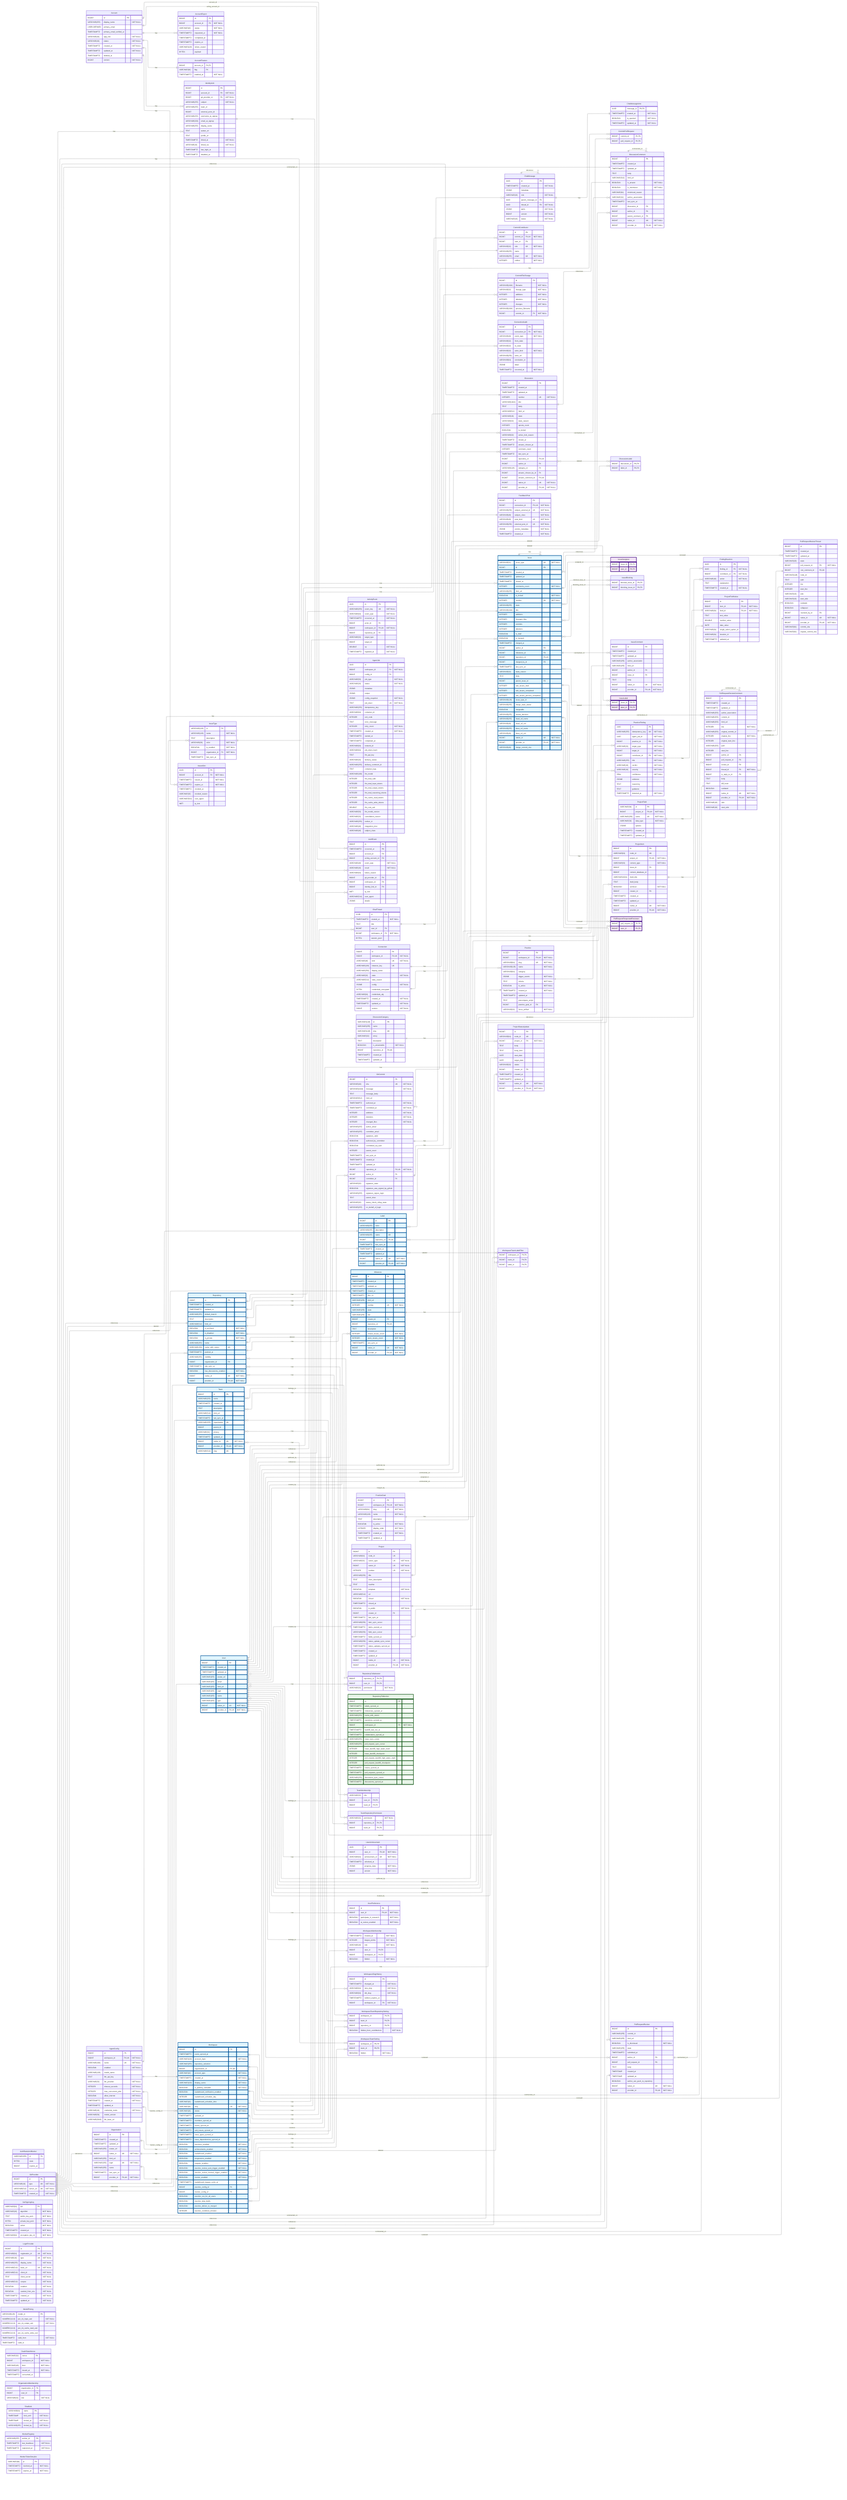
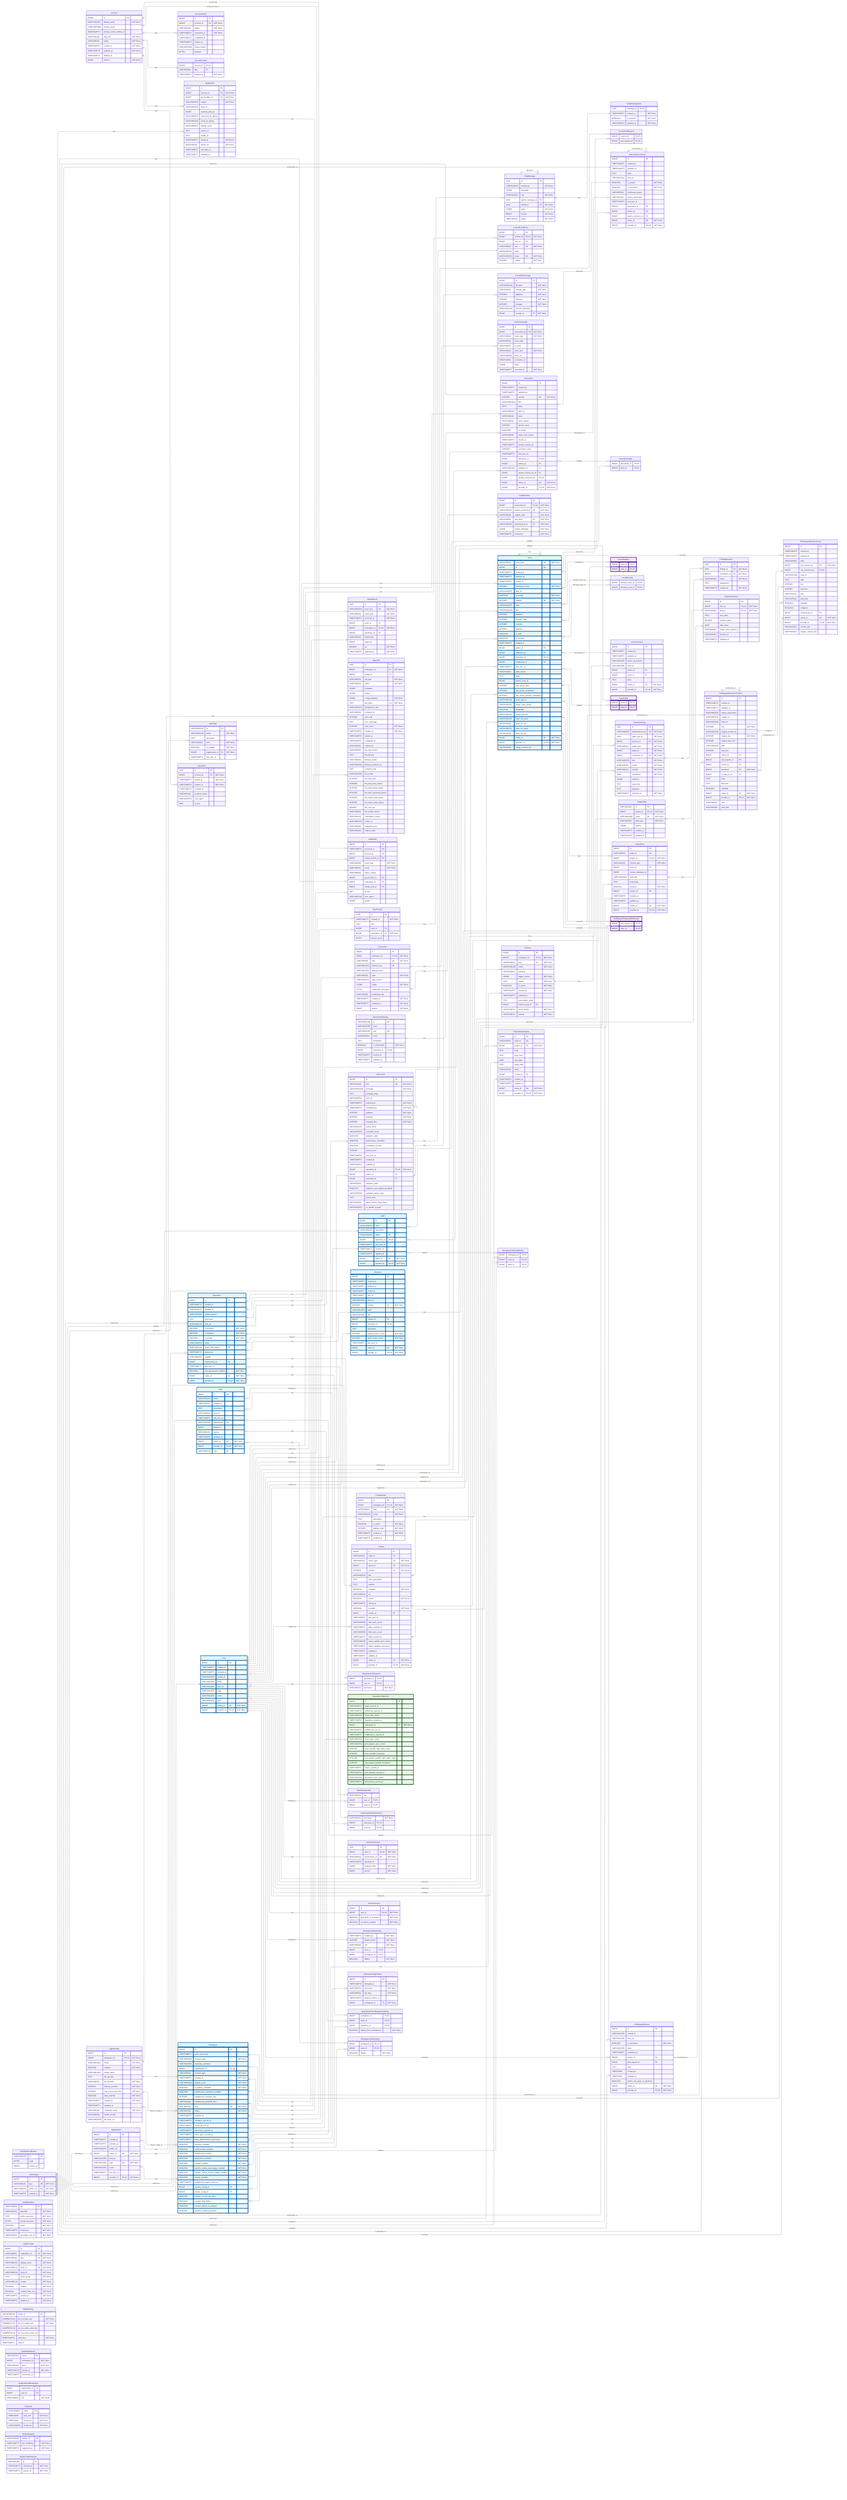
---
config:
    layout: elk
---
erDiagram
    %% Generated automatically from PostgreSQL database schema
    %% using scripts/generate-mermaid-erd.ts
    %% To regenerate: pnpm run db:generate-erd-docs

    direction LR

    Account {
        BIGINT id PK
        VARCHAR(255) display_name "NOT NULL"
        USER-DEFINED primary_email
        TIMESTAMPTZ primary_email_verified_at
        VARCHAR(16) app_role "NOT NULL"
        VARCHAR(16) status "NOT NULL"
        TIMESTAMPTZ created_at "NOT NULL"
        TIMESTAMPTZ updated_at "NOT NULL"
        TIMESTAMPTZ deleted_at
        BIGINT version "NOT NULL"
    }

    AccountExport {
        BIGINT id PK
        BIGINT account_id FK "NOT NULL"
        VARCHAR(16) status "NOT NULL"
        TIMESTAMPTZ requested_at "NOT NULL"
        TIMESTAMPTZ completed_at
        TIMESTAMPTZ expires_at
        VARCHAR(128) failure_reason
        BYTEA payload
    }

    AccountFeature {
        BIGINT account_id PK,FK
        VARCHAR(64) flag PK
        TIMESTAMPTZ enabled_at "NOT NULL"
    }

    ActivityEvent {
        UUID id PK
        VARCHAR(255) event_key UK "NOT NULL"
        VARCHAR(64) event_type "NOT NULL"
        TIMESTAMPTZ occurred_at "NOT NULL"
        BIGINT actor_id FK
        BIGINT workspace_id FK,UK "NOT NULL"
        BIGINT repository_id FK
        VARCHAR(32) target_type
        BIGINT target_id
        DOUBLE xp "NOT NULL"
        TIMESTAMPTZ ingested_at "NOT NULL"
    }

    AgentConfig {
        BIGINT id PK
        BIGINT workspace_id FK,UK "NOT NULL"
        VARCHAR(100) name UK "NOT NULL"
        BOOLEAN enabled "NOT NULL"
        VARCHAR(128) model_name
        TEXT llm_api_key
        VARCHAR(32) llm_provider "NOT NULL"
        INTEGER timeout_seconds "NOT NULL"
        INTEGER max_concurrent_jobs "NOT NULL"
        BOOLEAN allow_internet "NOT NULL"
        TIMESTAMPTZ created_at "NOT NULL"
        TIMESTAMPTZ updated_at
        VARCHAR(16) credential_mode "NOT NULL"
        VARCHAR(50) model_version
        VARCHAR(2048) llm_base_url
    }

    AgentJob {
        UUID id PK
        BIGINT workspace_id FK "NOT NULL"
        BIGINT config_id FK
        VARCHAR(50) job_type "NOT NULL"
        VARCHAR(20) status "NOT NULL"
        JSONB metadata
        JSONB output
        JSONB config_snapshot "NOT NULL"
        TEXT job_token UK "NOT NULL"
        VARCHAR(255) idempotency_key
        VARCHAR(64) container_id
        INTEGER exit_code
        TEXT error_message
        INTEGER retry_count "NOT NULL"
        TIMESTAMPTZ created_at "NOT NULL"
        TIMESTAMPTZ started_at
        TIMESTAMPTZ completed_at
        VARCHAR(64) network_id
        VARCHAR(64) job_token_hash
        TEXT llm_api_key
        VARCHAR(20) delivery_status
        VARCHAR(255) delivery_comment_id
        TEXT container_logs
        VARCHAR(100) llm_model
        INTEGER llm_total_calls
        INTEGER llm_total_input_tokens
        INTEGER llm_total_output_tokens
        INTEGER llm_total_reasoning_tokens
        INTEGER llm_cache_read_tokens
        INTEGER llm_cache_write_tokens
        DOUBLE llm_cost_usd
        VARCHAR(50) llm_model_version
        VARCHAR(32) cancellation_reason
        VARCHAR(255) worker_id
        VARCHAR(48) integration_kind
        VARCHAR(48) subject_class
    }

    AuthEvent {
        BIGINT id PK
        TIMESTAMPTZ occurred_at PK
        BIGINT account_id FK
        BIGINT acting_account_id FK
        VARCHAR(48) event_type "NOT NULL"
        VARCHAR(16) result "NOT NULL"
        VARCHAR(64) failure_reason
        BIGINT git_provider_id FK
        BIGINT workspace_id FK
        BIGINT identity_link_id FK
        INET ip_inet
        VARCHAR(512) user_agent
        JSONB details
    }

    AuthRateLimitBucket {
        VARCHAR(255) id PK
        BYTEA state
        BIGINT expires_at
    }

    ChatMessage {
        UUID id PK
        TIMESTAMPTZ created_at "NOT NULL"
        JSONB metadata
        VARCHAR(16) role "NOT NULL"
        UUID parent_message_id FK
        UUID thread_id FK "NOT NULL"
        JSONB parts "NOT NULL"
        BIGINT version "NOT NULL"
        VARCHAR(16) status "NOT NULL"
    }

    ChatMessageVote {
        UUID message_id PK,FK
        TIMESTAMPTZ created_at "NOT NULL"
        BOOLEAN is_upvoted "NOT NULL"
        TIMESTAMPTZ updated_at "NOT NULL"
    }

    ChatThread {
        UUID id PK
        TIMESTAMPTZ created_at "NOT NULL"
        TEXT title
        BIGINT user_id FK
        BIGINT workspace_id FK "NOT NULL"
        BYTEA session_jsonl
    }

    CommitContributor {
        BIGINT id PK
        BIGINT commit_id FK,UK "NOT NULL"
        BIGINT user_id FK
        VARCHAR(32) role UK "NOT NULL"
        VARCHAR(255) name
        VARCHAR(255) email UK "NOT NULL"
        INTEGER ordinal "NOT NULL"
    }

    CommitFileChange {
        BIGINT id PK
        VARCHAR(1024) filename "NOT NULL"
        VARCHAR(32) change_type "NOT NULL"
        INTEGER additions "NOT NULL"
        INTEGER deletions "NOT NULL"
        INTEGER changes "NOT NULL"
        VARCHAR(1024) previous_filename
        BIGINT commit_id FK "NOT NULL"
    }

    CommitPullRequest {
        BIGINT commit_id PK,FK
        BIGINT pull_request_id PK,FK
    }

    Connection {
        BIGINT id PK
        BIGINT workspace_id FK,UK "NOT NULL"
        VARCHAR(48) kind UK "NOT NULL"
        VARCHAR(128) instance_key UK
        VARCHAR(256) display_name
        VARCHAR(32) state "NOT NULL"
        VARCHAR(512) state_reason
        JSONB config "NOT NULL"
        BYTEA credentials_encrypted
        VARCHAR(64) credentials_alg
        TIMESTAMPTZ created_at "NOT NULL"
        TIMESTAMPTZ updated_at "NOT NULL"
        BIGINT version "NOT NULL"
    }

    ConnectionAudit {
        BIGINT id PK
        BIGINT connection_id FK "NOT NULL"
        VARCHAR(48) event_type "NOT NULL"
        VARCHAR(32) from_state
        VARCHAR(32) to_state
        VARCHAR(32) actor_kind "NOT NULL"
        VARCHAR(256) actor_ref
        VARCHAR(64) correlation_id
        JSONB detail
        TIMESTAMPTZ occurred_at "NOT NULL"
    }

    Discussion {
        BIGINT id PK
        TIMESTAMPTZ created_at
        TIMESTAMPTZ updated_at
        INTEGER number UK "NOT NULL"
        VARCHAR(1024) title
        TEXT body
        VARCHAR(512) html_url
        VARCHAR(16) state
        VARCHAR(32) state_reason
        INTEGER upvote_count
        BOOLEAN is_locked
        VARCHAR(32) active_lock_reason
        TIMESTAMPTZ closed_at
        TIMESTAMPTZ answer_chosen_at
        INTEGER comment_count
        TIMESTAMPTZ last_sync_at
        BIGINT repository_id FK,UK
        BIGINT author_id FK
        VARCHAR(128) category_id FK
        BIGINT answer_chosen_by_id FK
        BIGINT answer_comment_id FK,UK
        BIGINT native_id UK "NOT NULL"
        BIGINT provider_id FK,UK "NOT NULL"
    }

    DiscussionCategory {
        VARCHAR(128) id PK
        VARCHAR(255) name
        VARCHAR(128) slug UK
        VARCHAR(32) emoji
        TEXT description
        BOOLEAN is_answerable "NOT NULL"
        BIGINT repository_id FK,UK
        TIMESTAMPTZ created_at
        TIMESTAMPTZ updated_at
    }

    DiscussionComment {
        BIGINT id PK
        TIMESTAMPTZ created_at
        TIMESTAMPTZ updated_at
        TEXT body
        VARCHAR(512) html_url
        BOOLEAN is_answer "NOT NULL"
        BOOLEAN is_minimized "NOT NULL"
        VARCHAR(64) minimized_reason
        VARCHAR(32) author_association
        TIMESTAMPTZ last_sync_at
        BIGINT discussion_id FK
        BIGINT author_id FK
        BIGINT parent_comment_id FK
        BIGINT native_id UK "NOT NULL"
        BIGINT provider_id FK,UK "NOT NULL"
    }

    DiscussionLabel {
        BIGINT discussion_id PK,FK
        BIGINT label_id PK,FK
    }

    FeedbackPost {
        BIGINT id PK
        BIGINT connection_id FK,UK "NOT NULL"
        VARCHAR(256) subject_external_id UK "NOT NULL"
        VARCHAR(48) subject_class "NOT NULL"
        VARCHAR(48) post_kind UK "NOT NULL"
        VARCHAR(256) external_post_id UK "NOT NULL"
        JSONB vendor_metadata "NOT NULL"
        TIMESTAMPTZ created_at "NOT NULL"
    }

    FindingReaction {
        UUID id PK
        UUID finding_id FK "NOT NULL"
        BIGINT contributor_id FK "NOT NULL"
        VARCHAR(16) action "NOT NULL"
        TEXT explanation
        TIMESTAMPTZ created_at "NOT NULL"
    }

    GitCommit {
        BIGINT id PK
        VARCHAR(40) sha UK "NOT NULL"
        VARCHAR(1024) message "NOT NULL"
        TEXT message_body
        VARCHAR(512) html_url
        TIMESTAMPTZ authored_at "NOT NULL"
        TIMESTAMPTZ committed_at "NOT NULL"
        INTEGER additions "NOT NULL"
        INTEGER deletions "NOT NULL"
        INTEGER changed_files "NOT NULL"
        VARCHAR(255) author_email
        VARCHAR(255) committer_email
        BOOLEAN signature_valid
        BOOLEAN authored_by_committer
        BOOLEAN committed_via_web
        INTEGER parent_count
        TIMESTAMPTZ last_sync_at
        TIMESTAMPTZ created_at
        TIMESTAMPTZ updated_at
        BIGINT repository_id FK,UK "NOT NULL"
        BIGINT author_id FK
        BIGINT committer_id FK
        VARCHAR(32) signature_state
        BOOLEAN signature_was_signed_by_github
        VARCHAR(255) signature_signer_login
        TEXT parent_shas
        VARCHAR(32) status_check_rollup_state
        VARCHAR(255) on_behalf_of_login
    }

    GitProvider {
        BIGINT id PK
        VARCHAR(10) type UK "NOT NULL"
        VARCHAR(512) server_url UK "NOT NULL"
        TIMESTAMPTZ created_at "NOT NULL"
    }

    IdentityLink {
        BIGINT id PK
        BIGINT account_id FK "NOT NULL"
        BIGINT git_provider_id FK "NOT NULL"
        VARCHAR(255) subject "NOT NULL"
        VARCHAR(255) team_id
        BIGINT external_actor_id
        VARCHAR(255) username_at_signup
        VARCHAR(320) email_at_signup
        VARCHAR(255) display_name
        TEXT avatar_url
        TEXT profile_url
        TIMESTAMPTZ linked_at "NOT NULL"
        VARCHAR(16) linked_via "NOT NULL"
        TIMESTAMPTZ last_login_at
        TIMESTAMPTZ disabled_at
    }

    Issue {
        VARCHAR(31) issue_type UK "NOT NULL"
        BIGINT id PK
        TIMESTAMPTZ created_at
        TIMESTAMPTZ updated_at
        TIMESTAMPTZ closed_at
        INTEGER comments_count "NOT NULL"
        VARCHAR(255) html_url
        BOOLEAN is_locked "NOT NULL"
        INTEGER number UK "NOT NULL"
        VARCHAR(255) state
        VARCHAR(1024) title
        INTEGER additions
        INTEGER changed_files
        INTEGER commits
        INTEGER deletions
        BOOLEAN is_draft
        BOOLEAN is_merged
        TIMESTAMPTZ merged_at
        BIGINT author_id FK
        BIGINT milestone_id FK
        BIGINT repository_id FK,UK
        BIGINT merged_by_id FK
        TIMESTAMPTZ last_sync_at
        VARCHAR(32) state_reason
        TEXT body
        BIGINT parent_issue_id FK
        INTEGER sub_issues_total
        INTEGER sub_issues_completed
        INTEGER sub_issues_percent_completed
        VARCHAR(128) issue_type_id FK
        VARCHAR(255) merge_state_status
        BOOLEAN mergeable
        VARCHAR(255) review_decision
        VARCHAR(255) head_ref_name
        VARCHAR(40) head_ref_oid
        VARCHAR(255) base_ref_name
        VARCHAR(40) base_ref_oid
        BIGINT native_id UK "NOT NULL"
        BIGINT provider_id FK,UK "NOT NULL"
        VARCHAR(40) merge_commit_sha
    }

    IssueAssignee {
        BIGINT issue_id PK,FK
        BIGINT user_id PK,FK
    }

    IssueBlocking {
        BIGINT blocked_issue_id PK,FK
        BIGINT blocking_issue_id PK,FK
    }

    IssueComment {
        BIGINT id PK
        TIMESTAMPTZ created_at
        TIMESTAMPTZ updated_at
        VARCHAR(255) author_association
        VARCHAR(255) html_url
        BIGINT author_id FK
        BIGINT issue_id FK
        TEXT body
        BIGINT native_id UK "NOT NULL"
        BIGINT provider_id FK,UK "NOT NULL"
    }

    IssueLabel {
        BIGINT issue_id PK,FK
        BIGINT label_id PK,FK
    }

    IssueType {
        VARCHAR(128) id PK
        VARCHAR(128) name "NOT NULL"
        TEXT description
        VARCHAR(20) color "NOT NULL"
        BOOLEAN is_enabled "NOT NULL"
        BIGINT organization_id FK "NOT NULL"
        TIMESTAMPTZ last_sync_at
    }

    IssuedJwt {
        UUID jti PK
        BIGINT account_id FK "NOT NULL"
        TIMESTAMPTZ issued_at "NOT NULL"
        TIMESTAMPTZ expires_at "NOT NULL"
        TIMESTAMPTZ revoked_at
        VARCHAR(32) revoked_reason
        VARCHAR(512) user_agent
        INET ip_inet
    }

    JwtSigningKey {
        VARCHAR(64) kid PK
        VARCHAR(16) algorithm "NOT NULL"
        TEXT public_key_pem "NOT NULL"
        BYTEA private_key_pem "NOT NULL"
        BOOLEAN active "NOT NULL"
        TIMESTAMPTZ created_at "NOT NULL"
        VARCHAR(64) encryption_key_id "NOT NULL"
    }

    Label {
        BIGINT id PK
        VARCHAR(255) color
        VARCHAR(255) description
        VARCHAR(255) name UK
        BIGINT repository_id FK,UK
        TIMESTAMPTZ last_sync_at
        TIMESTAMPTZ created_at
        TIMESTAMPTZ updated_at
        BIGINT native_id UK "NOT NULL"
        BIGINT provider_id FK,UK "NOT NULL"
    }

    LoginProvider {
        BIGINT id PK
        VARCHAR(64) registration_id UK "NOT NULL"
        VARCHAR(10) type UK "NOT NULL"
        VARCHAR(255) display_name "NOT NULL"
        VARCHAR(512) base_url UK "NOT NULL"
        VARCHAR(512) client_id "NOT NULL"
        TEXT client_secret "NOT NULL"
        VARCHAR(512) scopes "NOT NULL"
        BOOLEAN enabled "NOT NULL"
        BOOLEAN seeded_from_env "NOT NULL"
        TIMESTAMPTZ created_at "NOT NULL"
        TIMESTAMPTZ updated_at "NOT NULL"
    }

    Milestone {
        BIGINT id PK
        TIMESTAMPTZ created_at
        TIMESTAMPTZ updated_at
        TIMESTAMPTZ closed_at
        TIMESTAMPTZ due_on
        VARCHAR(255) html_url
        INTEGER number UK "NOT NULL"
        VARCHAR(255) state
        VARCHAR(255) title
        BIGINT creator_id FK
        BIGINT repository_id FK,UK
        TEXT description
        INTEGER closed_issues_count "NOT NULL"
        INTEGER open_issues_count "NOT NULL"
        TIMESTAMPTZ last_sync_at
        BIGINT native_id UK "NOT NULL"
        BIGINT provider_id FK,UK "NOT NULL"
    }

    ModelPricing {
        VARCHAR(128) model_id PK
        NUMERIC(12,6) per_1k_input_usd "NOT NULL"
        NUMERIC(12,6) per_1k_output_usd "NOT NULL"
        NUMERIC(12,6) per_1k_cache_read_usd
        NUMERIC(12,6) per_1k_cache_write_usd
        TIMESTAMPTZ valid_from "NOT NULL"
        TIMESTAMPTZ valid_to
    }

    OauthStateNonce {
        VARCHAR(32) nonce PK
        BIGINT workspace_id "NOT NULL"
        VARCHAR(48) kind "NOT NULL"
        TIMESTAMPTZ issued_at "NOT NULL"
        TIMESTAMPTZ consumed_at
    }

    Organization {
        BIGINT id PK
        TIMESTAMPTZ created_at
        TIMESTAMPTZ updated_at
        VARCHAR(255) avatar_url
        BIGINT native_id UK "NOT NULL"
        VARCHAR(255) html_url
        VARCHAR(255) login UK "NOT NULL"
        VARCHAR(255) name
        TIMESTAMPTZ last_sync_at
        BIGINT provider_id FK,UK "NOT NULL"
    }

    OrganizationMembership {
        BIGINT organization_id PK
        BIGINT user_id PK
        VARCHAR(32) role "NOT NULL"
    }

    Practice {
        BIGINT id PK
        BIGINT workspace_id FK,UK "NOT NULL"
        VARCHAR(64) slug UK "NOT NULL"
        VARCHAR(128) name "NOT NULL"
        VARCHAR(64) category
        JSONB trigger_events "NOT NULL"
        TEXT criteria "NOT NULL"
        BOOLEAN is_active "NOT NULL"
        TIMESTAMPTZ created_at "NOT NULL"
        TIMESTAMPTZ updated_at
        TEXT precompute_script
        BIGINT practice_goal_id FK
        VARCHAR(32) focus_artifact "NOT NULL"
+         VARCHAR(16) polarity "NOT NULL"
    }

    PracticeFinding {
        UUID id PK
        VARCHAR(255) idempotency_key UK "NOT NULL"
        UUID agent_job_id "NOT NULL"
        BIGINT practice_id FK "NOT NULL"
        VARCHAR(32) target_type "NOT NULL"
        BIGINT target_id "NOT NULL"
        BIGINT contributor_id FK "NOT NULL"
        VARCHAR(255) title "NOT NULL"
        VARCHAR(16) verdict "NOT NULL"
        VARCHAR(16) severity "NOT NULL"
        REAL confidence "NOT NULL"
        JSONB evidence
        TEXT reasoning
        TEXT guidance
        TIMESTAMPTZ detected_at "NOT NULL"
    }

    PracticeGoal {
        BIGINT id PK
        BIGINT workspace_id FK,UK "NOT NULL"
        VARCHAR(64) slug UK "NOT NULL"
        VARCHAR(128) name "NOT NULL"
        TEXT description
        BOOLEAN is_active "NOT NULL"
        INTEGER display_order "NOT NULL"
        TIMESTAMPTZ created_at "NOT NULL"
        TIMESTAMPTZ updated_at
    }

    Project {
        BIGINT id PK
        VARCHAR(64) node_id UK
        VARCHAR(32) owner_type UK "NOT NULL"
        BIGINT owner_id UK "NOT NULL"
        INTEGER number UK "NOT NULL"
        VARCHAR(256) title
        TEXT short_description
        TEXT readme
        BOOLEAN template "NOT NULL"
        VARCHAR(512) url
        BOOLEAN closed "NOT NULL"
        TIMESTAMPTZ closed_at
        BOOLEAN is_public "NOT NULL"
        BIGINT creator_id FK
        TIMESTAMPTZ last_sync_at
        VARCHAR(256) item_sync_cursor
        TIMESTAMPTZ items_synced_at
        VARCHAR(256) field_sync_cursor
        TIMESTAMPTZ fields_synced_at
        VARCHAR(256) status_update_sync_cursor
        TIMESTAMPTZ status_updates_synced_at
        TIMESTAMPTZ created_at
        TIMESTAMPTZ updated_at
        BIGINT native_id UK "NOT NULL"
        BIGINT provider_id FK,UK "NOT NULL"
    }

    ProjectField {
        VARCHAR(64) id PK
        BIGINT project_id FK,UK "NOT NULL"
        VARCHAR(256) name UK "NOT NULL"
        VARCHAR(32) data_type "NOT NULL"
        JSONB options
        TIMESTAMPTZ created_at
        TIMESTAMPTZ updated_at
    }

    ProjectFieldValue {
        BIGINT id PK
        BIGINT item_id FK,UK "NOT NULL"
        VARCHAR(64) field_id FK,UK "NOT NULL"
        TEXT text_value
        DOUBLE number_value
        DATE date_value
        VARCHAR(64) single_select_option_id
        VARCHAR(64) iteration_id
        TIMESTAMPTZ updated_at
    }

    ProjectItem {
        BIGINT id PK
        VARCHAR(64) node_id UK
        BIGINT project_id FK,UK "NOT NULL"
        VARCHAR(32) content_type "NOT NULL"
        BIGINT issue_id FK
        BIGINT content_database_id
        VARCHAR(1024) draft_title
        TEXT draft_body
        BOOLEAN archived "NOT NULL"
        BIGINT creator_id FK
        TIMESTAMPTZ created_at
        TIMESTAMPTZ updated_at
        BIGINT native_id UK "NOT NULL"
        BIGINT provider_id FK,UK "NOT NULL"
    }

    ProjectStatusUpdate {
        BIGINT id PK
        VARCHAR(64) node_id UK
        BIGINT project_id FK "NOT NULL"
        TEXT body
        TEXT body_html
        DATE start_date
        DATE target_date
        VARCHAR(32) status
        BIGINT creator_id FK
        TIMESTAMPTZ created_at
        TIMESTAMPTZ updated_at
        BIGINT native_id UK "NOT NULL"
        BIGINT provider_id FK,UK "NOT NULL"
    }

    PullRequestRequestedReviewer {
        BIGINT pull_request_id PK,FK
        BIGINT user_id PK,FK
    }

    PullRequestReview {
        BIGINT id PK
        VARCHAR(255) commit_id
        VARCHAR(255) html_url
        BOOLEAN is_dismissed "NOT NULL"
        VARCHAR(255) state
        TIMESTAMPTZ submitted_at
        BIGINT author_id FK
        BIGINT pull_request_id FK
        TEXT body
        TIMESTAMP created_at
        TIMESTAMP updated_at
        BOOLEAN author_can_push_to_repository
        BIGINT native_id UK "NOT NULL"
        BIGINT provider_id FK,UK "NOT NULL"
    }

    PullRequestReviewComment {
        BIGINT id PK
        TIMESTAMPTZ created_at
        TIMESTAMPTZ updated_at
        VARCHAR(255) author_association
        VARCHAR(255) commit_id
        VARCHAR(255) html_url
        INTEGER line "NOT NULL"
        VARCHAR(255) original_commit_id
        INTEGER original_line "NOT NULL"
        INTEGER original_start_line
        VARCHAR(255) path
        INTEGER start_line
        BIGINT author_id FK
        BIGINT pull_request_id FK
        BIGINT review_id FK
        BIGINT thread_id FK "NOT NULL"
        BIGINT in_reply_to_id FK
        TEXT body
        TEXT diff_hunk
        BOOLEAN outdated
        BIGINT native_id UK "NOT NULL"
        BIGINT provider_id FK,UK "NOT NULL"
        VARCHAR(16) side
        VARCHAR(16) start_side
    }

    PullRequestReviewThread {
        BIGINT id PK
        TIMESTAMPTZ created_at
        TIMESTAMPTZ updated_at
        VARCHAR(20) state
        BIGINT pull_request_id FK "NOT NULL"
        BIGINT root_comment_id FK,UK
        VARCHAR(128) node_id
        TEXT path
        INTEGER line
        INTEGER start_line
        VARCHAR(16) side
        VARCHAR(16) start_side
        BOOLEAN outdated
        BOOLEAN collapsed
        BIGINT resolved_by_id FK
        BIGINT native_id UK "NOT NULL"
        BIGINT provider_id FK,UK "NOT NULL"
        VARCHAR(64) commit_sha
        VARCHAR(64) original_commit_sha
    }

    Repository {
        BIGINT id PK
        TIMESTAMPTZ created_at
        TIMESTAMPTZ updated_at
        VARCHAR(255) default_branch
        TEXT description
        VARCHAR(512) html_url
        BOOLEAN is_archived "NOT NULL"
        BOOLEAN is_disabled "NOT NULL"
        BOOLEAN is_private "NOT NULL"
        VARCHAR(255) name
        VARCHAR(150) name_with_owner UK
        TIMESTAMPTZ pushed_at
        VARCHAR(255) visibility
        BIGINT organization_id FK
        TIMESTAMPTZ last_sync_at
        BOOLEAN has_discussions_enabled "NOT NULL"
        BIGINT native_id UK "NOT NULL"
        BIGINT provider_id FK,UK "NOT NULL"
    }

    RepositoryCollaborator {
        BIGINT repository_id PK,FK
        BIGINT user_id PK,FK
        VARCHAR(32) permission "NOT NULL"
    }

    RepositoryToMonitor {
        BIGINT id PK
        TIMESTAMPTZ labels_synced_at
        TIMESTAMPTZ milestones_synced_at
        VARCHAR(255) name_with_owner
        TIMESTAMPTZ repository_synced_at
        BIGINT workspace_id FK "NOT NULL"
        TIMESTAMPTZ backfill_last_run_at
        TIMESTAMPTZ collaborators_synced_at
        VARCHAR(255) issue_sync_cursor
        VARCHAR(255) pull_request_sync_cursor
        INTEGER issue_backfill_high_water_mark
        INTEGER issue_backfill_checkpoint
        INTEGER pull_request_backfill_high_water_mark
        INTEGER pull_request_backfill_checkpoint
        TIMESTAMPTZ issues_synced_at
        TIMESTAMPTZ pull_requests_synced_at
        VARCHAR(255) discussion_sync_cursor
        TIMESTAMPTZ discussions_synced_at
    }

    Shedlock {
        VARCHAR(64) name PK
        TIMESTAMP lock_until "NOT NULL"
        TIMESTAMP locked_at "NOT NULL"
        VARCHAR(255) locked_by "NOT NULL"
    }

    Team {
        BIGINT id PK
        VARCHAR(255) name
        TIMESTAMPTZ created_at
        TEXT description
        VARCHAR(512) html_url
        TIMESTAMPTZ last_sync_at
        VARCHAR(255) organization UK
        BIGINT parent_id
        VARCHAR(32) privacy
        TIMESTAMPTZ updated_at
        BIGINT native_id UK "NOT NULL"
        BIGINT provider_id FK,UK "NOT NULL"
        VARCHAR(512) slug UK
    }

    TeamMembership {
        VARCHAR(32) role
        BIGINT user_id PK,FK
        BIGINT team_id PK,FK
    }

    TeamRepositoryPermission {
        VARCHAR(32) permission "NOT NULL"
        BIGINT repository_id PK,FK
        BIGINT team_id PK,FK
    }

    User {
        BIGINT id PK
        TIMESTAMPTZ created_at
        TIMESTAMPTZ updated_at
        VARCHAR(255) avatar_url
        VARCHAR(255) email
        VARCHAR(255) html_url
        VARCHAR(255) login
        VARCHAR(255) name
        VARCHAR(255) type
        BIGINT native_id UK "NOT NULL"
        BIGINT provider_id FK,UK "NOT NULL"
    }

    UserAchievement {
        UUID id PK
        BIGINT user_id FK,UK "NOT NULL"
        VARCHAR(64) achievement_id UK "NOT NULL"
        TIMESTAMPTZ unlocked_at
        JSONB progress_data "NOT NULL"
        BIGINT version "NOT NULL"
    }

    UserPreference {
        BIGINT id PK
        BIGINT user_id FK,UK "NOT NULL"
        BOOLEAN participate_in_research "NOT NULL"
        BOOLEAN ai_review_enabled "NOT NULL"
    }

    WorkerRegistry {
        VARCHAR(255) worker_id PK
        TIMESTAMPTZ last_heartbeat "NOT NULL"
        TIMESTAMPTZ registered_at "NOT NULL"
    }

    WorkerTokenDenylist {
        VARCHAR(64) jti PK
        TIMESTAMPTZ revoked_at "NOT NULL"
        TIMESTAMPTZ expires_at "NOT NULL"
    }

    Workspace {
        BIGINT id PK
        TIMESTAMPTZ users_synced_at
        VARCHAR(120) account_login "NOT NULL"
        VARCHAR(255) repository_selection
        BIGINT organization_id FK,UK
        VARCHAR(10) account_type "NOT NULL"
        TIMESTAMPTZ created_at "NOT NULL"
        VARCHAR(120) display_name "NOT NULL"
        BOOLEAN is_publicly_viewable "NOT NULL"
        BOOLEAN leaderboard_notification_enabled
        INTEGER leaderboard_schedule_day
        VARCHAR(10) leaderboard_schedule_time
        VARCHAR(64) slug UK "NOT NULL"
        VARCHAR(20) status "NOT NULL"
        TIMESTAMPTZ updated_at
        TIMESTAMPTZ members_synced_at
        TIMESTAMPTZ teams_synced_at
        TIMESTAMPTZ sub_issues_synced_at
        TIMESTAMPTZ issue_types_synced_at
        TIMESTAMPTZ issue_dependencies_synced_at
        BOOLEAN practices_enabled "NOT NULL"
        BOOLEAN achievements_enabled "NOT NULL"
        BOOLEAN leaderboard_enabled "NOT NULL"
        BOOLEAN progression_enabled "NOT NULL"
        BOOLEAN leagues_enabled "NOT NULL"
        BOOLEAN practice_review_auto_trigger_enabled "NOT NULL"
        BOOLEAN practice_review_manual_trigger_enabled "NOT NULL"
        BOOLEAN mentor_enabled "NOT NULL"
        TIMESTAMPTZ leaderboard_league_cycle_at
        BIGINT practice_config_id FK
        BIGINT mentor_config_id FK
        BOOLEAN practice_run_for_all_users
        BOOLEAN practice_skip_drafts
        BOOLEAN practice_deliver_to_merged
        INTEGER practice_cooldown_minutes
    }

    WorkspaceMembership {
        TIMESTAMPTZ created_at "NOT NULL"
        INTEGER league_points "NOT NULL"
        VARCHAR(16) role "NOT NULL"
        BIGINT user_id PK,FK
        BIGINT workspace_id PK,FK
        BOOLEAN hidden "NOT NULL"
    }

    WorkspaceSlugHistory {
        BIGINT id PK
        TIMESTAMPTZ changed_at "NOT NULL"
        VARCHAR(64) new_slug "NOT NULL"
        VARCHAR(64) old_slug "NOT NULL"
        TIMESTAMPTZ redirect_expires_at
        BIGINT workspace_id FK "NOT NULL"
    }

    WorkspaceTeamLabelFilter {
        BIGINT workspace_id PK,FK
        BIGINT team_id PK,FK
        BIGINT label_id PK,FK
    }

    WorkspaceTeamRepositorySetting {
        BIGINT workspace_id PK,FK
        BIGINT team_id PK,FK
        BIGINT repository_id PK,FK
        BOOLEAN hidden_from_contributions "NOT NULL"
    }

    WorkspaceTeamSetting {
        BIGINT workspace_id PK,FK
        BIGINT team_id PK,FK
        BOOLEAN hidden "NOT NULL"
    }

    %% Relationships
    %% One-to-One relationships
    Account ||--|| AccountFeature : has
    Workspace ||--|| ActivityEvent : has
    Workspace ||--|| AgentConfig : has
    ChatMessage ||--|| ChatMessageVote : has
    GitCommit ||--|| CommitContributor : has
    Workspace ||--|| Connection : has
    Repository ||--|| Discussion : has
    DiscussionComment ||--|| Discussion : references
    GitProvider ||--|| Discussion : references
    Repository ||--|| DiscussionCategory : has
    GitProvider ||--|| DiscussionComment : commented_on
    Connection ||--|| FeedbackPost : has
    Repository ||--|| GitCommit : has
    Repository ||--|| Issue : has
    GitProvider ||--|| Issue : references
    GitProvider ||--|| IssueComment : commented_on
    Repository ||--|| Label : labeled
    GitProvider ||--|| Label : labeled
    Repository ||--|| Milestone : has
    GitProvider ||--|| Milestone : references
    GitProvider ||--|| Organization : references
    Workspace ||--|| Practice : has
    Workspace ||--|| PracticeGoal : has
    GitProvider ||--|| Project : references
    Project ||--|| ProjectField : has
    ProjectItem ||--|| ProjectFieldValue : has
    ProjectField ||--|| ProjectFieldValue : has
    Project ||--|| ProjectItem : has
    GitProvider ||--|| ProjectItem : references
    GitProvider ||--|| ProjectStatusUpdate : references
    GitProvider ||--|| PullRequestReview : reviewed
    GitProvider ||--|| PullRequestReviewComment : commented_on
    PullRequestReviewComment ||--|| PullRequestReviewThread : reviewed
    GitProvider ||--|| PullRequestReviewThread : reviewed
    GitProvider ||--|| Repository : references
    GitProvider ||--|| Team : references
    GitProvider ||--|| User : references
    User ||--|| UserAchievement : has
    User ||--|| UserPreference : has
    Organization ||--|| Workspace : has
    User ||--|| WorkspaceMembership : belongs_to
    Workspace ||--|| WorkspaceMembership : belongs_to

    %% One-to-Many relationships
    Account ||--o{ AccountExport : has
    User ||--o{ ActivityEvent : references
    Repository ||--o{ ActivityEvent : has
    Workspace ||--o{ AgentJob : has
    AgentConfig ||--o{ AgentJob : has
    Account ||--o{ AuthEvent : account_id
    Account ||--o{ AuthEvent : acting_account_id
    GitProvider ||--o{ AuthEvent : has
    Workspace ||--o{ AuthEvent : has
    IdentityLink ||--o{ AuthEvent : has
    ChatMessage ||--o{ ChatMessage : references
    ChatThread ||--o{ ChatMessage : has
    User ||--o{ ChatThread : has
    Workspace ||--o{ ChatThread : has
    User ||--o{ CommitContributor : has
    GitCommit ||--o{ CommitFileChange : has
    Connection ||--o{ ConnectionAudit : has
    User ||--o{ Discussion : authored_by
    DiscussionCategory ||--o{ Discussion : has
    User ||--o{ Discussion : references
    Discussion ||--o{ DiscussionComment : commented_on
    User ||--o{ DiscussionComment : commented_on
    DiscussionComment ||--o{ DiscussionComment : commented_on
    PracticeFinding ||--o{ FindingReaction : has
    User ||--o{ FindingReaction : references
    User ||--o{ GitCommit : authored_by
    User ||--o{ GitCommit : references
    Account ||--o{ IdentityLink : has
    GitProvider ||--o{ IdentityLink : has
    User ||--o{ Issue : authored_by
    Milestone ||--o{ Issue : has
    User ||--o{ Issue : merged_by
    Issue ||--o{ Issue : has
    IssueType ||--o{ Issue : has
    User ||--o{ IssueComment : commented_on
    Issue ||--o{ IssueComment : commented_on
    Organization ||--o{ IssueType : has
    Account ||--o{ IssuedJwt : has
    User ||--o{ Milestone : created_by
    PracticeGoal ||--o{ Practice : has
    Practice ||--o{ PracticeFinding : has
    User ||--o{ PracticeFinding : references
    User ||--o{ Project : created_by
    Issue ||--o{ ProjectItem : has
    User ||--o{ ProjectItem : created_by
    Project ||--o{ ProjectStatusUpdate : has
    User ||--o{ ProjectStatusUpdate : created_by
    User ||--o{ PullRequestReview : reviewed
    Issue ||--o{ PullRequestReview : reviewed
    User ||--o{ PullRequestReviewComment : commented_on
    Issue ||--o{ PullRequestReviewComment : commented_on
    PullRequestReview ||--o{ PullRequestReviewComment : commented_on
    PullRequestReviewThread ||--o{ PullRequestReviewComment : commented_on
    PullRequestReviewComment ||--o{ PullRequestReviewComment : commented_on
    Issue ||--o{ PullRequestReviewThread : reviewed
    User ||--o{ PullRequestReviewThread : reviewed
    Organization ||--o{ Repository : has
    Workspace ||--o{ RepositoryToMonitor : monitors
    AgentConfig ||--o{ Workspace : practice_config_id
    AgentConfig ||--o{ Workspace : mentor_config_id
    Workspace ||--o{ WorkspaceSlugHistory : has

    %% Many-to-Many relationships
    GitCommit }o--o{ CommitPullRequest : has
    Issue }o--o{ CommitPullRequest : references
    Discussion }o--o{ DiscussionLabel : labeled
    Label }o--o{ DiscussionLabel : labeled
    Issue }o--o{ IssueAssignee : assigned_to
    User }o--o{ IssueAssignee : assigned_to
    Issue }o--o{ IssueBlocking : blocked_issue_id
    Issue }o--o{ IssueBlocking : blocking_issue_id
    Issue }o--o{ IssueLabel : labeled
    Label }o--o{ IssueLabel : labeled
    Issue }o--o{ PullRequestRequestedReviewer : reviewed
    User }o--o{ PullRequestRequestedReviewer : reviewed
    Repository }o--o{ RepositoryCollaborator : has
    User }o--o{ RepositoryCollaborator : has
    User }o--o{ TeamMembership : belongs_to
    Team }o--o{ TeamMembership : belongs_to
    Repository }o--o{ TeamRepositoryPermission : has
    Team }o--o{ TeamRepositoryPermission : has
    Workspace }o--o{ WorkspaceTeamLabelFilter : labeled
    Team }o--o{ WorkspaceTeamLabelFilter : labeled
    Label }o--o{ WorkspaceTeamLabelFilter : labeled
    Workspace }o--o{ WorkspaceTeamRepositorySetting : has
    Team }o--o{ WorkspaceTeamRepositorySetting : has
    Repository }o--o{ WorkspaceTeamRepositorySetting : has
    Workspace }o--o{ WorkspaceTeamSetting : has
    Team }o--o{ WorkspaceTeamSetting : has

    %% Styling
    classDef primaryEntity fill:#e1f5fe,stroke:#01579b,stroke-width:2px
    classDef associationEntity fill:#f3e5f5,stroke:#4a148c,stroke-width:2px
    classDef metadataEntity fill:#e8f5e8,stroke:#1b5e20,stroke-width:2px

    class Issue primaryEntity
    class IssueAssignee associationEntity
    class IssueLabel associationEntity
    class Label primaryEntity
    class Milestone primaryEntity
    class PullRequestRequestedReviewer associationEntity
    class Repository primaryEntity
    class RepositoryToMonitor metadataEntity
    class Team primaryEntity
    class User primaryEntity
    class Workspace primaryEntity
